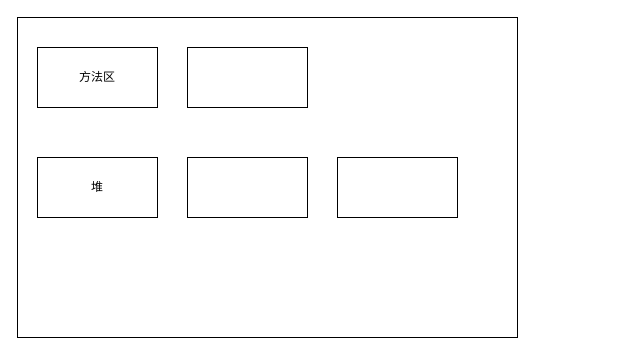
Earlier version of the draw.io diagram page "Page-1" (1 of 2) of diag/Untitled Diagram.drawio (lvye30/diagrams). Source tidied: cells renumbered, new cells numbered last; positions are measured from the earlier drawing's top-left corner, leaving out a move shared by most shapes. Both pictures are drawn from the tidied source at 100%, with x=0, y=0 at pixel (17, 17).
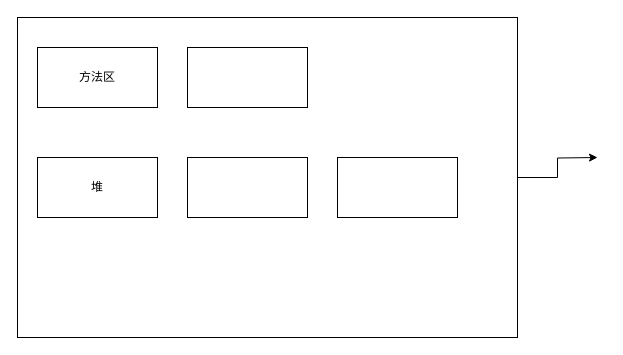
The same page after the edit.

What changed in the source:
```diff
@@
 <mxGraphModel>
   <root>
     <mxCell id="0" />
     <mxCell id="1" parent="0" />
+    <mxCell id="8" style="edgeStyle=orthogonalEdgeStyle;rounded=0;jettySize=auto;html=1;" parent="1" edge="1" source="2">
+      <mxGeometry relative="1" as="geometry">
+        <mxPoint x="580" y="140" as="targetPoint" />
+      </mxGeometry>
+    </mxCell>
     <mxCell id="2" style="rounded=0;whiteSpace=wrap;html=1;" parent="1" vertex="1">
       <mxGeometry width="500" height="320" as="geometry" />
     </mxCell>
     <mxCell id="3" value="方法区" style="rounded=0;whiteSpace=wrap;html=1;" parent="1" vertex="1">
       <mxGeometry x="20" y="30" width="120" height="60" as="geometry" />
     </mxCell>
     <mxCell id="4" value="堆" style="rounded=0;whiteSpace=wrap;html=1;" parent="1" vertex="1">
       <mxGeometry x="20" y="140" width="120" height="60" as="geometry" />
     </mxCell>
     <mxCell id="5" style="rounded=0;whiteSpace=wrap;html=1;" parent="1" vertex="1">
       <mxGeometry x="170" y="30" width="120" height="60" as="geometry" />
     </mxCell>
     <mxCell id="6" style="rounded=0;whiteSpace=wrap;html=1;" parent="1" vertex="1">
       <mxGeometry x="170" y="140" width="120" height="60" as="geometry" />
     </mxCell>
     <mxCell id="7" style="rounded=0;whiteSpace=wrap;html=1;" parent="1" vertex="1">
       <mxGeometry x="320" y="140" width="120" height="60" as="geometry" />
     </mxCell>
   </root>
 </mxGraphModel>
```
